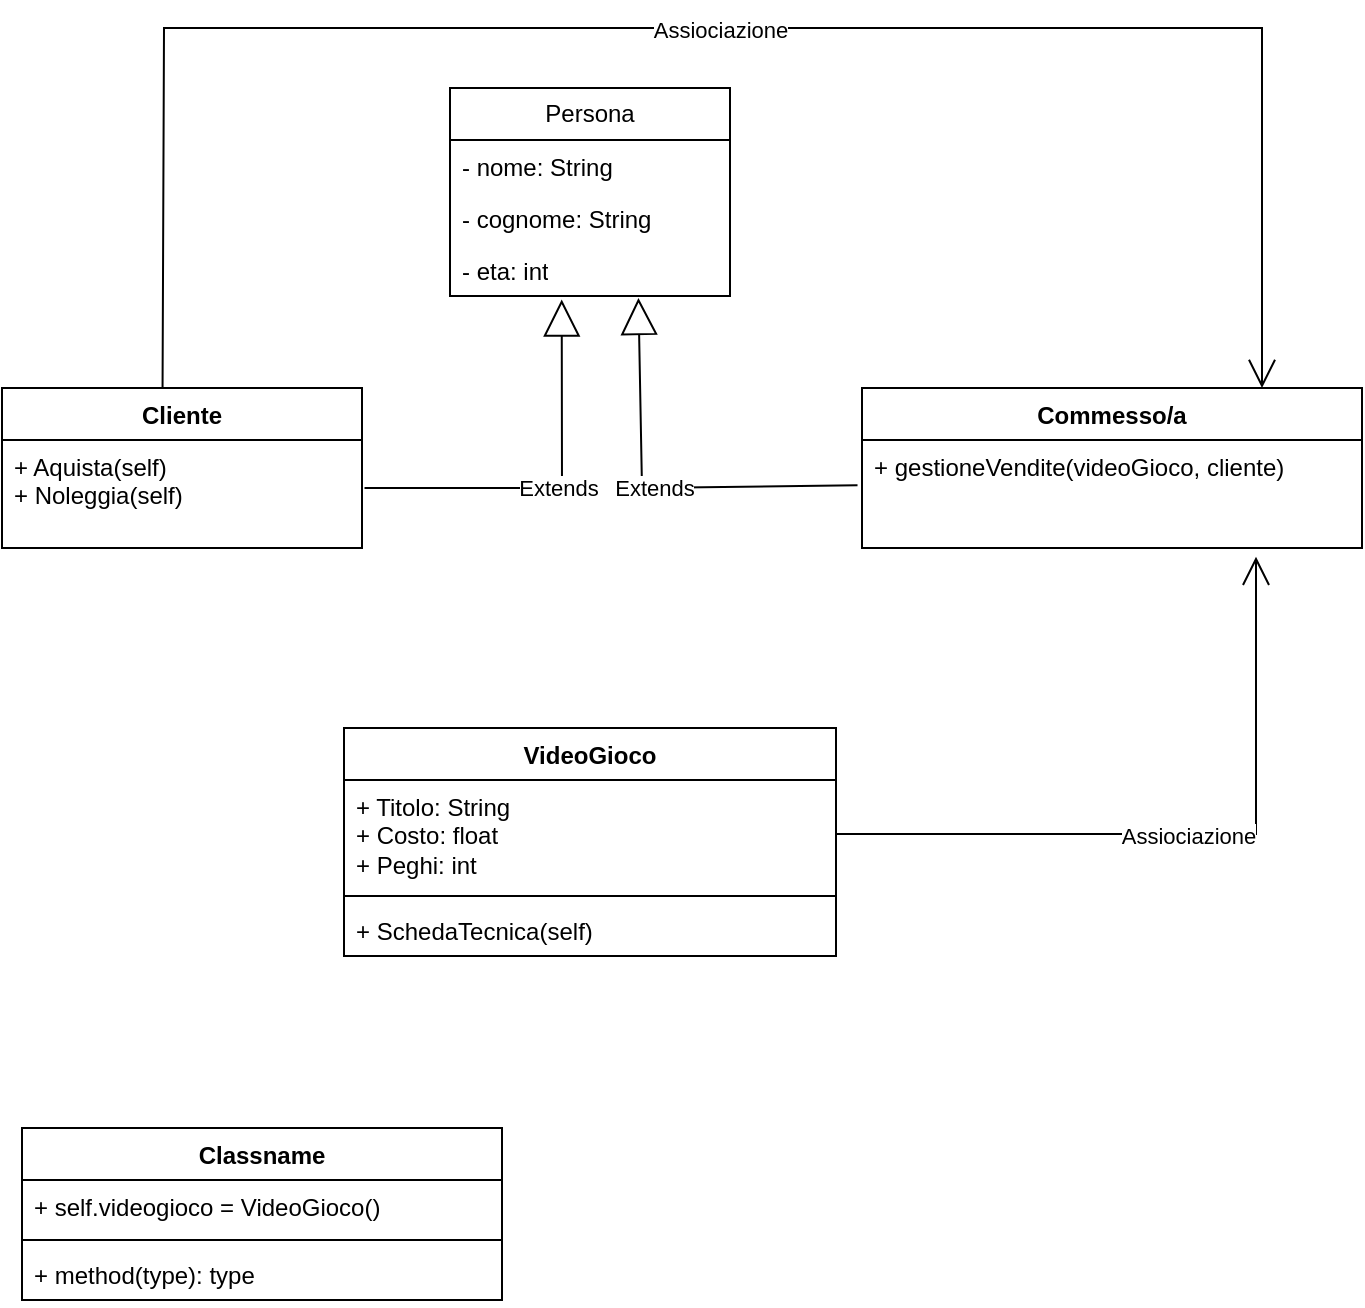
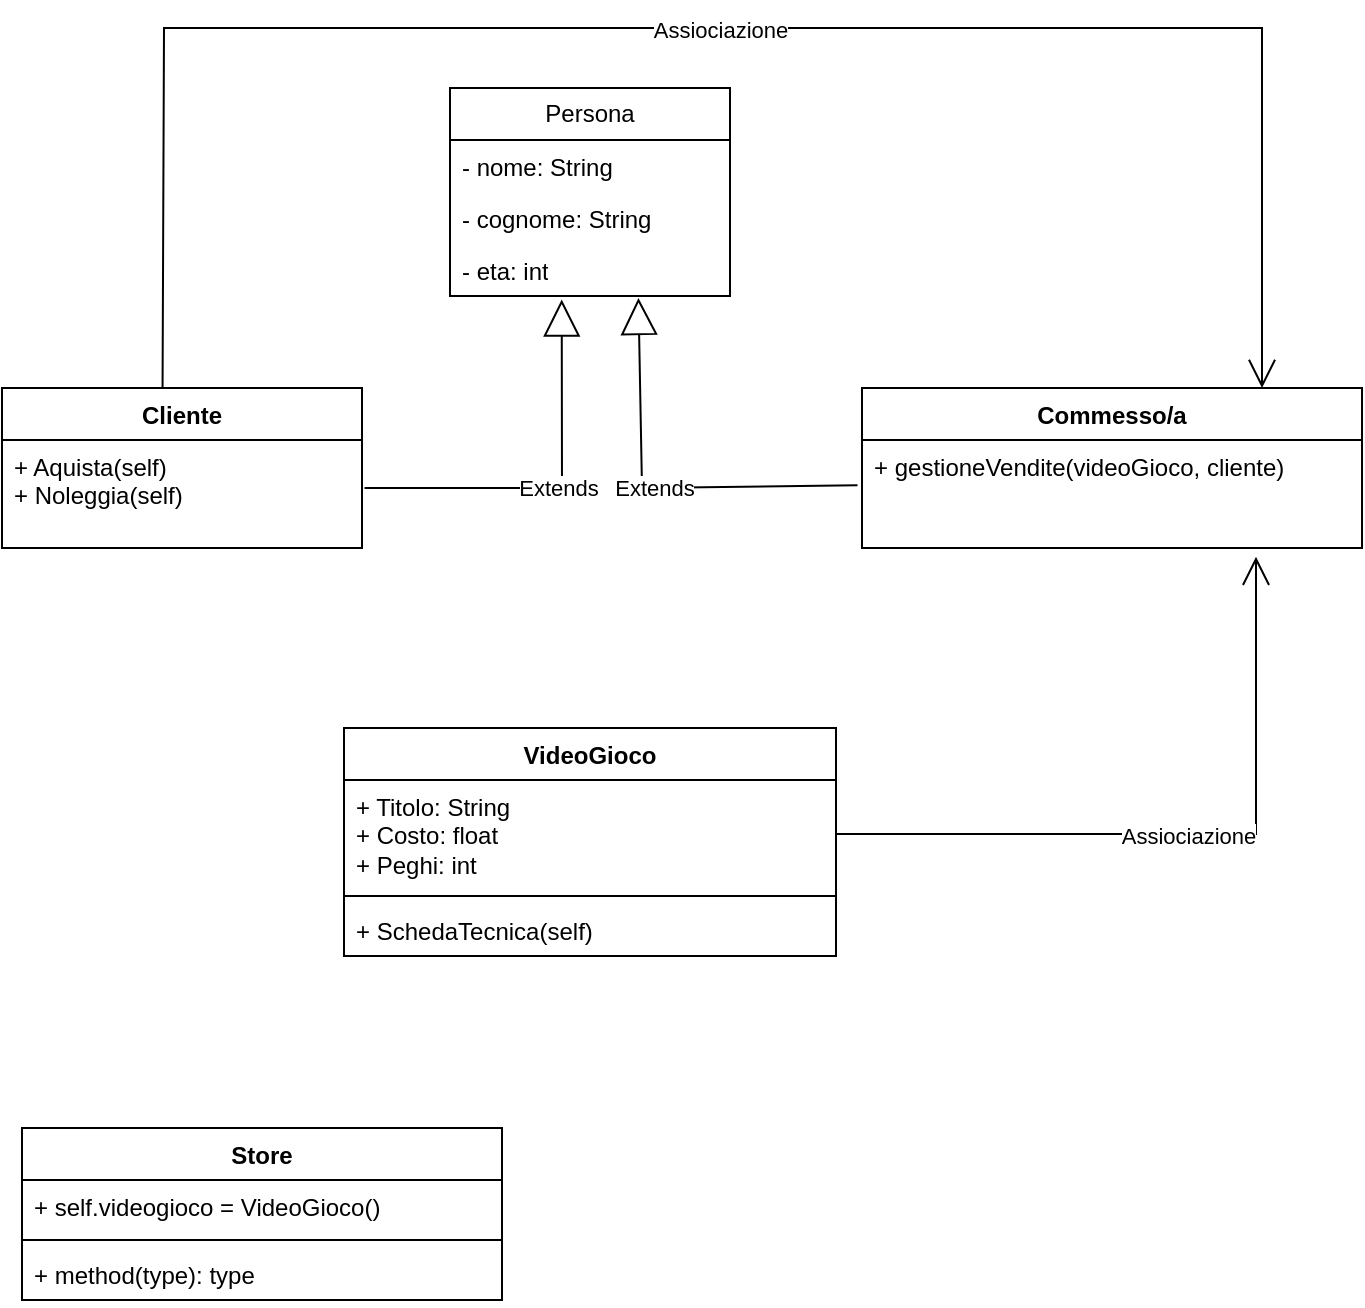
<mxfile host="app.diagrams.net">
  <diagram name="Pagina-1" id="canLvmZOwBnkHmQjDQ2c">
-     <mxGraphModel dx="1269" dy="1739" grid="1" gridSize="10" guides="1" tooltips="1" connect="1" arrows="1" fold="1" page="1" pageScale="1" pageWidth="827" pageHeight="1169" math="0" shadow="0">
+     <mxGraphModel dx="1414" dy="1946" grid="1" gridSize="10" guides="1" tooltips="1" connect="1" arrows="1" fold="1" page="1" pageScale="1" pageWidth="827" pageHeight="1169" math="0" shadow="0">
      <root>
        <mxCell id="0" />
        <mxCell id="1" parent="0" />
        <mxCell id="SGOXz6iYNQVK3DEmSvYH-1" parent="1" style="swimlane;fontStyle=0;childLayout=stackLayout;horizontal=1;startSize=26;fillColor=none;horizontalStack=0;resizeParent=1;resizeParentMax=0;resizeLast=0;collapsible=1;marginBottom=0;whiteSpace=wrap;html=1;" value="Persona" vertex="1">
          <mxGeometry height="104" width="140" x="344" y="40" as="geometry" />
        </mxCell>
        <mxCell id="SGOXz6iYNQVK3DEmSvYH-2" parent="SGOXz6iYNQVK3DEmSvYH-1" style="text;strokeColor=none;fillColor=none;align=left;verticalAlign=top;spacingLeft=4;spacingRight=4;overflow=hidden;rotatable=0;points=[[0,0.5],[1,0.5]];portConstraint=eastwest;whiteSpace=wrap;html=1;" value="- nome: String&lt;div&gt;&lt;br&gt;&lt;/div&gt;" vertex="1">
          <mxGeometry height="26" width="140" y="26" as="geometry" />
        </mxCell>
        <mxCell id="SGOXz6iYNQVK3DEmSvYH-3" parent="SGOXz6iYNQVK3DEmSvYH-1" style="text;strokeColor=none;fillColor=none;align=left;verticalAlign=top;spacingLeft=4;spacingRight=4;overflow=hidden;rotatable=0;points=[[0,0.5],[1,0.5]];portConstraint=eastwest;whiteSpace=wrap;html=1;" value="- cognome: String" vertex="1">
          <mxGeometry height="26" width="140" y="52" as="geometry" />
        </mxCell>
        <mxCell id="SGOXz6iYNQVK3DEmSvYH-4" parent="SGOXz6iYNQVK3DEmSvYH-1" style="text;strokeColor=none;fillColor=none;align=left;verticalAlign=top;spacingLeft=4;spacingRight=4;overflow=hidden;rotatable=0;points=[[0,0.5],[1,0.5]];portConstraint=eastwest;whiteSpace=wrap;html=1;" value="- eta: int" vertex="1">
          <mxGeometry height="26" width="140" y="78" as="geometry" />
        </mxCell>
        <mxCell id="SGOXz6iYNQVK3DEmSvYH-5" parent="1" style="swimlane;fontStyle=1;align=center;verticalAlign=top;childLayout=stackLayout;horizontal=1;startSize=26;horizontalStack=0;resizeParent=1;resizeParentMax=0;resizeLast=0;collapsible=1;marginBottom=0;whiteSpace=wrap;html=1;" value="Commesso/a" vertex="1">
          <mxGeometry height="80" width="250" x="550" y="190" as="geometry" />
        </mxCell>
        <mxCell id="SGOXz6iYNQVK3DEmSvYH-8" parent="SGOXz6iYNQVK3DEmSvYH-5" style="text;strokeColor=none;fillColor=none;align=left;verticalAlign=top;spacingLeft=4;spacingRight=4;overflow=hidden;rotatable=0;points=[[0,0.5],[1,0.5]];portConstraint=eastwest;whiteSpace=wrap;html=1;" value="+ gestioneVendite(videoGioco, cliente)" vertex="1">
          <mxGeometry height="54" width="250" y="26" as="geometry" />
        </mxCell>
        <mxCell id="SGOXz6iYNQVK3DEmSvYH-9" parent="1" style="swimlane;fontStyle=1;align=center;verticalAlign=top;childLayout=stackLayout;horizontal=1;startSize=26;horizontalStack=0;resizeParent=1;resizeParentMax=0;resizeLast=0;collapsible=1;marginBottom=0;whiteSpace=wrap;html=1;" value="Cliente" vertex="1">
          <mxGeometry height="80" width="180" x="120" y="190" as="geometry" />
        </mxCell>
        <mxCell id="SGOXz6iYNQVK3DEmSvYH-12" parent="SGOXz6iYNQVK3DEmSvYH-9" style="text;strokeColor=none;fillColor=none;align=left;verticalAlign=top;spacingLeft=4;spacingRight=4;overflow=hidden;rotatable=0;points=[[0,0.5],[1,0.5]];portConstraint=eastwest;whiteSpace=wrap;html=1;" value="+ Aquista(self)&lt;div&gt;+ Noleggia(self)&lt;/div&gt;" vertex="1">
          <mxGeometry height="54" width="180" y="26" as="geometry" />
        </mxCell>
        <mxCell id="SGOXz6iYNQVK3DEmSvYH-13" edge="1" parent="1" source="SGOXz6iYNQVK3DEmSvYH-12" style="endArrow=block;endSize=16;endFill=0;html=1;rounded=0;exitX=1.007;exitY=0.444;exitDx=0;exitDy=0;entryX=0.399;entryY=1.069;entryDx=0;entryDy=0;entryPerimeter=0;exitPerimeter=0;" target="SGOXz6iYNQVK3DEmSvYH-4" value="Extends">
          <mxGeometry relative="1" width="160" as="geometry">
            <Array as="points">
              <mxPoint x="340" y="240" />
              <mxPoint x="400" y="240" />
            </Array>
            <mxPoint x="282.1600000000001" y="240.2059999999999" as="sourcePoint" />
            <mxPoint x="504" y="250" as="targetPoint" />
          </mxGeometry>
        </mxCell>
        <mxCell id="SGOXz6iYNQVK3DEmSvYH-15" edge="1" parent="1" style="endArrow=block;endSize=16;endFill=0;html=1;rounded=0;exitX=-0.014;exitY=0.869;exitDx=0;exitDy=0;exitPerimeter=0;entryX=0.673;entryY=1.038;entryDx=0;entryDy=0;entryPerimeter=0;" target="SGOXz6iYNQVK3DEmSvYH-4" value="Extends">
          <mxGeometry relative="1" width="160" as="geometry">
            <Array as="points">
              <mxPoint x="440" y="240" />
            </Array>
            <mxPoint x="547.76" y="238.59400000000005" as="sourcePoint" />
            <mxPoint x="468" y="370" as="targetPoint" />
          </mxGeometry>
        </mxCell>
        <mxCell id="SGOXz6iYNQVK3DEmSvYH-16" edge="1" parent="1" source="SGOXz6iYNQVK3DEmSvYH-9" style="endArrow=open;endFill=1;endSize=12;html=1;rounded=0;exitX=0.446;exitY=-0.002;exitDx=0;exitDy=0;exitPerimeter=0;entryX=0.8;entryY=0;entryDx=0;entryDy=0;entryPerimeter=0;" target="SGOXz6iYNQVK3DEmSvYH-5" value="">
          <mxGeometry relative="1" width="160" as="geometry">
            <Array as="points">
              <mxPoint x="201" y="10" />
              <mxPoint x="750" y="10" />
            </Array>
            <mxPoint x="400" y="270" as="sourcePoint" />
            <mxPoint x="560" y="270" as="targetPoint" />
          </mxGeometry>
        </mxCell>
        <mxCell id="SGOXz6iYNQVK3DEmSvYH-17" connectable="0" parent="SGOXz6iYNQVK3DEmSvYH-16" style="edgeLabel;html=1;align=center;verticalAlign=middle;resizable=0;points=[];" value="Assiociazione" vertex="1">
          <mxGeometry relative="1" x="0.0071" y="-1" as="geometry">
            <mxPoint as="offset" />
          </mxGeometry>
        </mxCell>
        <mxCell id="SGOXz6iYNQVK3DEmSvYH-18" parent="1" style="swimlane;fontStyle=1;align=center;verticalAlign=top;childLayout=stackLayout;horizontal=1;startSize=26;horizontalStack=0;resizeParent=1;resizeParentMax=0;resizeLast=0;collapsible=1;marginBottom=0;whiteSpace=wrap;html=1;" value="VideoGioco" vertex="1">
          <mxGeometry height="114" width="246" x="291" y="360" as="geometry" />
        </mxCell>
        <mxCell id="SGOXz6iYNQVK3DEmSvYH-19" parent="SGOXz6iYNQVK3DEmSvYH-18" style="text;strokeColor=none;fillColor=none;align=left;verticalAlign=top;spacingLeft=4;spacingRight=4;overflow=hidden;rotatable=0;points=[[0,0.5],[1,0.5]];portConstraint=eastwest;whiteSpace=wrap;html=1;" value="+ Titolo: String&lt;div&gt;+ Costo: float&lt;/div&gt;&lt;div&gt;+ Peghi: int&lt;/div&gt;" vertex="1">
          <mxGeometry height="54" width="246" y="26" as="geometry" />
        </mxCell>
        <mxCell id="SGOXz6iYNQVK3DEmSvYH-20" parent="SGOXz6iYNQVK3DEmSvYH-18" style="line;strokeWidth=1;fillColor=none;align=left;verticalAlign=middle;spacingTop=-1;spacingLeft=3;spacingRight=3;rotatable=0;labelPosition=right;points=[];portConstraint=eastwest;strokeColor=inherit;" value="" vertex="1">
          <mxGeometry height="8" width="246" y="80" as="geometry" />
        </mxCell>
        <mxCell id="SGOXz6iYNQVK3DEmSvYH-21" parent="SGOXz6iYNQVK3DEmSvYH-18" style="text;strokeColor=none;fillColor=none;align=left;verticalAlign=top;spacingLeft=4;spacingRight=4;overflow=hidden;rotatable=0;points=[[0,0.5],[1,0.5]];portConstraint=eastwest;whiteSpace=wrap;html=1;" value="+ SchedaTecnica(self)" vertex="1">
          <mxGeometry height="26" width="246" y="88" as="geometry" />
        </mxCell>
        <mxCell id="SGOXz6iYNQVK3DEmSvYH-22" edge="1" parent="1" source="SGOXz6iYNQVK3DEmSvYH-19" style="endArrow=open;endFill=1;endSize=12;html=1;rounded=0;exitX=1;exitY=0.5;exitDx=0;exitDy=0;entryX=0.788;entryY=1.081;entryDx=0;entryDy=0;entryPerimeter=0;" target="SGOXz6iYNQVK3DEmSvYH-8" value="">
          <mxGeometry relative="1" width="160" as="geometry">
            <Array as="points">
              <mxPoint x="630" y="413" />
              <mxPoint x="747" y="413" />
            </Array>
            <mxPoint x="570" y="840" as="sourcePoint" />
            <mxPoint x="810" y="420" as="targetPoint" />
          </mxGeometry>
        </mxCell>
        <mxCell id="SGOXz6iYNQVK3DEmSvYH-23" connectable="0" parent="SGOXz6iYNQVK3DEmSvYH-22" style="edgeLabel;html=1;align=center;verticalAlign=middle;resizable=0;points=[];" value="Assiociazione" vertex="1">
          <mxGeometry relative="1" x="0.0071" y="-1" as="geometry">
            <mxPoint as="offset" />
          </mxGeometry>
        </mxCell>
-         <mxCell id="4ZcgV-xGlKO4uNEJDqgY-1" parent="1" style="swimlane;fontStyle=1;align=center;verticalAlign=top;childLayout=stackLayout;horizontal=1;startSize=26;horizontalStack=0;resizeParent=1;resizeParentMax=0;resizeLast=0;collapsible=1;marginBottom=0;whiteSpace=wrap;html=1;" value="Classname" vertex="1">
+         <mxCell id="4ZcgV-xGlKO4uNEJDqgY-1" parent="1" style="swimlane;fontStyle=1;align=center;verticalAlign=top;childLayout=stackLayout;horizontal=1;startSize=26;horizontalStack=0;resizeParent=1;resizeParentMax=0;resizeLast=0;collapsible=1;marginBottom=0;whiteSpace=wrap;html=1;" value="Store" vertex="1">
          <mxGeometry height="86" width="240" x="130" y="560" as="geometry" />
        </mxCell>
        <mxCell id="4ZcgV-xGlKO4uNEJDqgY-2" parent="4ZcgV-xGlKO4uNEJDqgY-1" style="text;strokeColor=none;fillColor=none;align=left;verticalAlign=top;spacingLeft=4;spacingRight=4;overflow=hidden;rotatable=0;points=[[0,0.5],[1,0.5]];portConstraint=eastwest;whiteSpace=wrap;html=1;" value="+ self.videogioco = VideoGioco()" vertex="1">
          <mxGeometry height="26" width="240" y="26" as="geometry" />
        </mxCell>
        <mxCell id="4ZcgV-xGlKO4uNEJDqgY-3" parent="4ZcgV-xGlKO4uNEJDqgY-1" style="line;strokeWidth=1;fillColor=none;align=left;verticalAlign=middle;spacingTop=-1;spacingLeft=3;spacingRight=3;rotatable=0;labelPosition=right;points=[];portConstraint=eastwest;strokeColor=inherit;" value="" vertex="1">
          <mxGeometry height="8" width="240" y="52" as="geometry" />
        </mxCell>
        <mxCell id="4ZcgV-xGlKO4uNEJDqgY-4" parent="4ZcgV-xGlKO4uNEJDqgY-1" style="text;strokeColor=none;fillColor=none;align=left;verticalAlign=top;spacingLeft=4;spacingRight=4;overflow=hidden;rotatable=0;points=[[0,0.5],[1,0.5]];portConstraint=eastwest;whiteSpace=wrap;html=1;" value="+ method(type): type" vertex="1">
          <mxGeometry height="26" width="240" y="60" as="geometry" />
        </mxCell>
      </root>
    </mxGraphModel>
  </diagram>
</mxfile>
